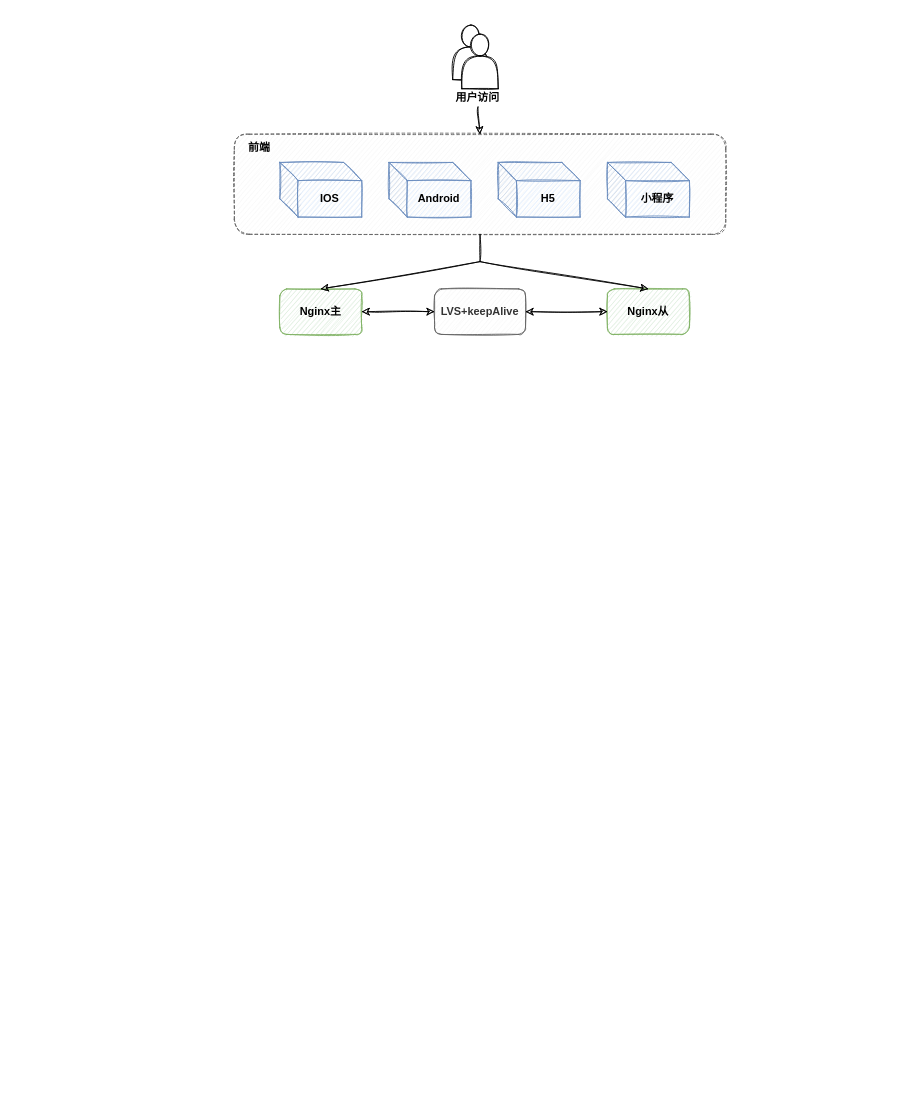
Above: Untitled Diagram.drawio in IAMPadA/study (draw.io), before the change. Source tidied: cells renumbered, new cells numbered last; positions are measured from the earlier drawing's top-left corner, leaving out a move shared by most shapes. Both pictures are drawn from the tidied source at 91%, with x=0, y=0 at pixel (234, 25).
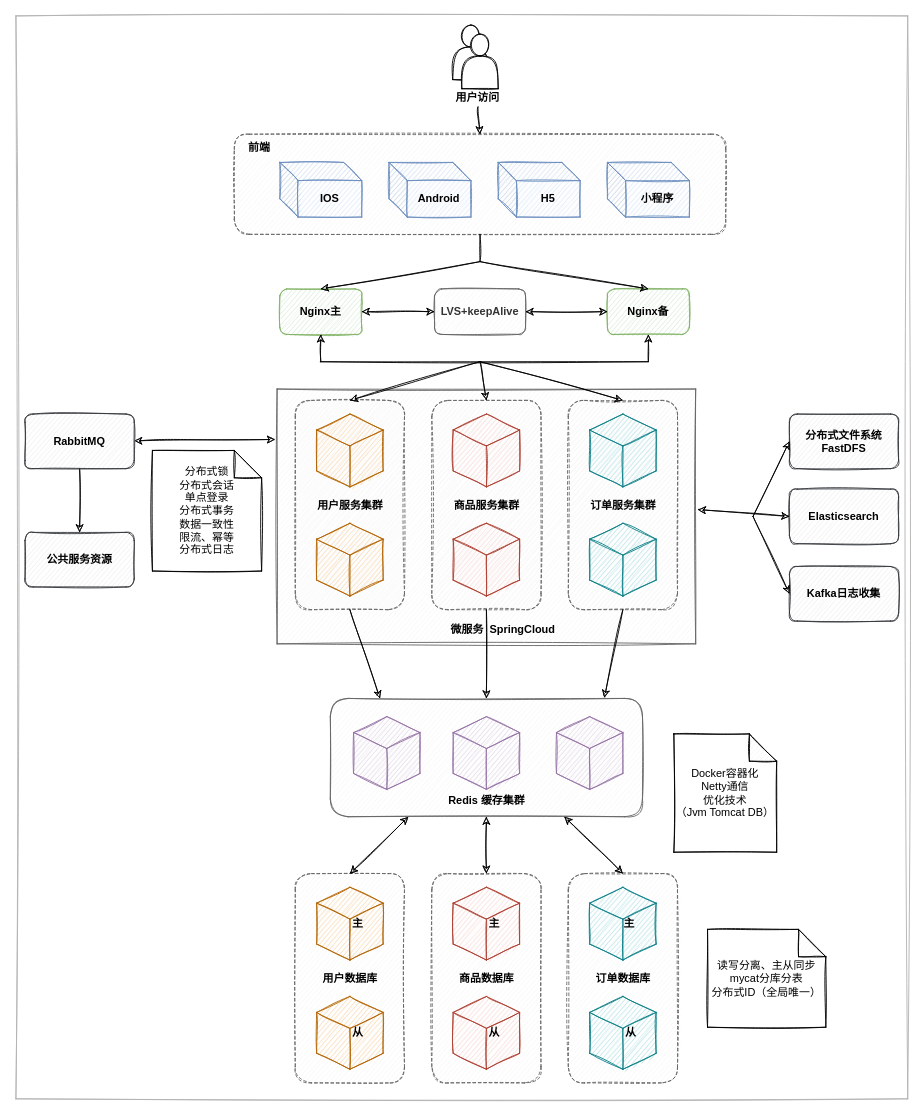
The same page after the edit.

The change refers to these unchanged cells:
```xml
<mxCell id="12" value="Nginx主" style="rounded=1;whiteSpace=wrap;html=1;sketch=1;fontStyle=1;fillColor=#d5e8d4;strokeColor=#82b366;" parent="1" vertex="1">
  <mxGeometry x="50" y="290" width="90" height="50" as="geometry" />
</mxCell>
```

The edit, as a diff of the source:
```diff
@@
+    <mxCell id="20" style="rounded=0;whiteSpace=wrap;html=1;shadow=0;sketch=1;strokeColor=#B3B3B3;" parent="1" vertex="1">
+      <mxGeometry x="-240" y="-10" width="980" height="1190" as="geometry" />
+    </mxCell>
+    <mxCell id="21" style="rounded=1;whiteSpace=wrap;html=1;shadow=0;sketch=1;fillColor=#f5f5f5;strokeColor=#666666;fontColor=#333333;" parent="1" vertex="1">
+      <mxGeometry x="105.5" y="740" width="343" height="130" as="geometry" />
+    </mxCell>
+    <mxCell id="22" style="rounded=0;whiteSpace=wrap;html=1;sketch=1;fillColor=#f5f5f5;strokeColor=#666666;fontColor=#333333;" parent="1" vertex="1">
+      <mxGeometry x="47" y="400" width="460" height="280" as="geometry" />
+    </mxCell>
+    <mxCell id="23" style="rounded=1;whiteSpace=wrap;html=1;sketch=1;dashed=1;fillColor=#f5f5f5;strokeColor=#666666;fontColor=#333333;" parent="1" vertex="1">
+      <mxGeometry x="67" y="412.5" width="120" height="230" as="geometry" />
+    </mxCell>
@@
-    <mxCell id="13" value="Nginx从" style="rounded=1;whiteSpace=wrap;html=1;sketch=1;fontStyle=1;fillColor=#d5e8d4;strokeColor=#82b366;" parent="1" vertex="1">
+    <mxCell id="13" value="Nginx备" style="rounded=1;whiteSpace=wrap;html=1;sketch=1;fontStyle=1;fillColor=#d5e8d4;strokeColor=#82b366;" parent="1" vertex="1">
       <mxGeometry x="410" y="290" width="90" height="50" as="geometry" />
     </mxCell>
@@
+    <mxCell id="24" style="html=1;whiteSpace=wrap;shape=isoCube2;backgroundOutline=1;isoAngle=15;rounded=1;sketch=1;fillColor=#fad7ac;strokeColor=#b46504;" parent="1" vertex="1">
+      <mxGeometry x="90.5" y="427.5" width="73" height="80" as="geometry" />
+    </mxCell>
+    <mxCell id="25" value="用户服务集群" style="text;html=1;align=center;verticalAlign=middle;fillColor=none;strokeColor=none;rounded=0;sketch=1;fontStyle=1;" parent="1" vertex="1">
+      <mxGeometry x="82" y="517.5" width="90" height="20" as="geometry" />
+    </mxCell>
+    <mxCell id="26" style="html=1;whiteSpace=wrap;shape=isoCube2;backgroundOutline=1;isoAngle=15;rounded=1;sketch=1;fillColor=#fad7ac;strokeColor=#b46504;" parent="1" vertex="1">
+      <mxGeometry x="90.5" y="547.5" width="73" height="80" as="geometry" />
+    </mxCell>
+    <mxCell id="27" style="rounded=1;whiteSpace=wrap;html=1;sketch=1;dashed=1;fillColor=#f5f5f5;strokeColor=#666666;fontColor=#333333;" parent="1" vertex="1">
+      <mxGeometry x="217" y="412.5" width="120" height="230" as="geometry" />
+    </mxCell>
+    <mxCell id="28" style="html=1;whiteSpace=wrap;shape=isoCube2;backgroundOutline=1;isoAngle=15;rounded=1;sketch=1;fillColor=#fad9d5;strokeColor=#ae4132;" parent="1" vertex="1">
+      <mxGeometry x="240.5" y="427.5" width="73" height="80" as="geometry" />
+    </mxCell>
+    <mxCell id="29" value="商品服务集群" style="text;html=1;align=center;verticalAlign=middle;fillColor=none;strokeColor=none;rounded=0;sketch=1;fontStyle=1;" parent="1" vertex="1">
+      <mxGeometry x="232" y="517.5" width="90" height="20" as="geometry" />
+    </mxCell>
+    <mxCell id="30" style="html=1;whiteSpace=wrap;shape=isoCube2;backgroundOutline=1;isoAngle=15;rounded=1;sketch=1;fillColor=#fad9d5;strokeColor=#ae4132;" parent="1" vertex="1">
+      <mxGeometry x="240.5" y="547.5" width="73" height="80" as="geometry" />
+    </mxCell>
+    <mxCell id="31" style="rounded=1;whiteSpace=wrap;html=1;sketch=1;dashed=1;fillColor=#f5f5f5;strokeColor=#666666;fontColor=#333333;" parent="1" vertex="1">
+      <mxGeometry x="367" y="412.5" width="120" height="230" as="geometry" />
+    </mxCell>
+    <mxCell id="32" style="html=1;whiteSpace=wrap;shape=isoCube2;backgroundOutline=1;isoAngle=15;rounded=1;sketch=1;fillColor=#b0e3e6;strokeColor=#0e8088;" parent="1" vertex="1">
+      <mxGeometry x="390.5" y="427.5" width="73" height="80" as="geometry" />
+    </mxCell>
+    <mxCell id="33" value="订单服务集群" style="text;html=1;align=center;verticalAlign=middle;fillColor=none;strokeColor=none;rounded=0;sketch=1;fontStyle=1;" parent="1" vertex="1">
+      <mxGeometry x="382" y="517.5" width="90" height="20" as="geometry" />
+    </mxCell>
+    <mxCell id="34" style="html=1;whiteSpace=wrap;shape=isoCube2;backgroundOutline=1;isoAngle=15;rounded=1;sketch=1;fillColor=#b0e3e6;strokeColor=#0e8088;" parent="1" vertex="1">
+      <mxGeometry x="390.5" y="547.5" width="73" height="80" as="geometry" />
+    </mxCell>
+    <mxCell id="35" style="endArrow=classic;html=1;entryX=0.5;entryY=1;entryDx=0;entryDy=0;sketch=1;" parent="1" edge="1" target="12">
+      <mxGeometry relative="1" as="geometry">
+        <mxPoint x="95" y="370" as="sourcePoint" />
+      </mxGeometry>
+    </mxCell>
+    <mxCell id="36" style="endArrow=classic;html=1;entryX=0.5;entryY=1;entryDx=0;entryDy=0;sketch=1;" parent="1" edge="1" target="13">
+      <mxGeometry relative="1" as="geometry">
+        <mxPoint x="455" y="370" as="sourcePoint" />
+      </mxGeometry>
+    </mxCell>
+    <mxCell id="37" style="endArrow=classic;html=1;entryX=0.5;entryY=0;entryDx=0;entryDy=0;sketch=1;" parent="1" edge="1" target="23">
+      <mxGeometry relative="1" as="geometry">
+        <mxPoint x="270" y="370" as="sourcePoint" />
+      </mxGeometry>
+    </mxCell>
+    <mxCell id="38" style="endArrow=classic;html=1;entryX=0.5;entryY=0;entryDx=0;entryDy=0;sketch=1;" parent="1" edge="1" target="27">
+      <mxGeometry relative="1" as="geometry">
+        <mxPoint x="270" y="370" as="sourcePoint" />
+      </mxGeometry>
+    </mxCell>
+    <mxCell id="39" style="endArrow=classic;html=1;entryX=0.5;entryY=0;entryDx=0;entryDy=0;sketch=1;" parent="1" edge="1" target="31">
+      <mxGeometry relative="1" as="geometry">
+        <mxPoint x="270" y="370" as="sourcePoint" />
+      </mxGeometry>
+    </mxCell>
+    <mxCell id="40" style="endArrow=none;html=1;sketch=1;" parent="1" edge="1">
+      <mxGeometry relative="1" as="geometry">
+        <mxPoint x="94.5" y="370" as="sourcePoint" />
+        <mxPoint x="454.5" y="370" as="targetPoint" />
+      </mxGeometry>
+    </mxCell>
+    <mxCell id="41" value="微服务&amp;nbsp; SpringCloud" style="text;html=1;align=center;verticalAlign=middle;fillColor=none;strokeColor=none;rounded=0;sketch=1;fontStyle=1;" parent="1" vertex="1">
+      <mxGeometry x="230" y="655" width="130" height="20" as="geometry" />
+    </mxCell>
+    <mxCell id="42" value="分布式文件系统FastDFS" style="rounded=1;whiteSpace=wrap;html=1;sketch=1;fontStyle=1;fillColor=#eeeeee;strokeColor=#36393d;" parent="1" vertex="1">
+      <mxGeometry x="610" y="427.5" width="120" height="60" as="geometry" />
+    </mxCell>
+    <mxCell id="43" value="Elasticsearch" style="rounded=1;whiteSpace=wrap;html=1;sketch=1;fontStyle=1;fillColor=#eeeeee;strokeColor=#36393d;" parent="1" vertex="1">
+      <mxGeometry x="610" y="510" width="120" height="60" as="geometry" />
+    </mxCell>
+    <mxCell id="44" value="Kafka日志收集" style="rounded=1;whiteSpace=wrap;html=1;sketch=1;fontStyle=1;fillColor=#eeeeee;strokeColor=#36393d;" parent="1" vertex="1">
+      <mxGeometry x="610" y="595" width="120" height="60" as="geometry" />
+    </mxCell>
+    <mxCell id="45" style="endArrow=classic;html=1;entryX=1.005;entryY=0.473;entryDx=0;entryDy=0;entryPerimeter=0;exitX=0;exitY=0.5;exitDx=0;exitDy=0;startArrow=classic;startFill=1;sketch=1;" parent="1" edge="1" source="43" target="22">
+      <mxGeometry relative="1" as="geometry" />
+    </mxCell>
+    <mxCell id="46" style="endArrow=classic;html=1;entryX=0;entryY=0.5;entryDx=0;entryDy=0;sketch=1;" parent="1" edge="1" target="42">
+      <mxGeometry relative="1" as="geometry">
+        <mxPoint x="570" y="540" as="sourcePoint" />
+      </mxGeometry>
+    </mxCell>
+    <mxCell id="47" style="endArrow=classic;html=1;entryX=0;entryY=0.5;entryDx=0;entryDy=0;sketch=1;" parent="1" edge="1" target="44">
+      <mxGeometry relative="1" as="geometry">
+        <mxPoint x="570" y="540" as="sourcePoint" />
+      </mxGeometry>
+    </mxCell>
+    <mxCell id="48" style="edgeStyle=none;rounded=0;sketch=1;jettySize=auto;html=1;startArrow=classic;startFill=1;entryX=-0.005;entryY=0.198;entryDx=0;entryDy=0;entryPerimeter=0;" parent="1" edge="1" source="50" target="22">
+      <mxGeometry relative="1" as="geometry" />
+    </mxCell>
+    <mxCell id="49" style="edgeStyle=none;rounded=0;sketch=1;jettySize=auto;html=1;startArrow=none;startFill=0;" parent="1" edge="1" source="50" target="51">
+      <mxGeometry relative="1" as="geometry" />
+    </mxCell>
+    <mxCell id="50" value="RabbitMQ" style="rounded=1;whiteSpace=wrap;html=1;sketch=1;fontStyle=1;fillColor=#eeeeee;strokeColor=#36393d;" parent="1" vertex="1">
+      <mxGeometry x="-230" y="427.5" width="120" height="60" as="geometry" />
+    </mxCell>
+    <mxCell id="51" value="公共服务资源" style="rounded=1;whiteSpace=wrap;html=1;sketch=1;fontStyle=1;fillColor=#eeeeee;strokeColor=#36393d;" parent="1" vertex="1">
+      <mxGeometry x="-230" y="557.5" width="120" height="60" as="geometry" />
+    </mxCell>
+    <mxCell id="52" value="分布式锁&lt;br&gt;分布式会话&lt;br&gt;单点登录&lt;br&gt;分布式事务&lt;br&gt;数据一致性&lt;br&gt;限流、幂等&lt;br&gt;分布式日志&lt;br&gt;" style="shape=note;whiteSpace=wrap;html=1;backgroundOutline=1;darkOpacity=0.05;rounded=1;sketch=1;shadow=0;" parent="1" vertex="1">
+      <mxGeometry x="-90" y="467.5" width="120" height="132.5" as="geometry" />
+    </mxCell>
+    <mxCell id="53" style="html=1;whiteSpace=wrap;shape=isoCube2;backgroundOutline=1;isoAngle=15;rounded=1;sketch=1;fillColor=#e1d5e7;strokeColor=#9673a6;" parent="1" vertex="1">
+      <mxGeometry x="131" y="760" width="73" height="80" as="geometry" />
+    </mxCell>
+    <mxCell id="54" style="html=1;whiteSpace=wrap;shape=isoCube2;backgroundOutline=1;isoAngle=15;rounded=1;sketch=1;fillColor=#e1d5e7;strokeColor=#9673a6;" parent="1" vertex="1">
+      <mxGeometry x="240.5" y="760" width="73" height="80" as="geometry" />
+    </mxCell>
+    <mxCell id="55" style="html=1;whiteSpace=wrap;shape=isoCube2;backgroundOutline=1;isoAngle=15;rounded=1;sketch=1;fillColor=#e1d5e7;strokeColor=#9673a6;" parent="1" vertex="1">
+      <mxGeometry x="354" y="760" width="73" height="80" as="geometry" />
+    </mxCell>
+    <mxCell id="56" value="Redis 缓存集群" style="text;html=1;align=center;verticalAlign=middle;fillColor=none;strokeColor=none;rounded=0;sketch=1;fontStyle=1;" parent="1" vertex="1">
+      <mxGeometry x="227" y="842" width="100" height="20" as="geometry" />
+    </mxCell>
+    <mxCell id="57" style="endArrow=classic;html=1;exitX=0.5;exitY=1;exitDx=0;exitDy=0;entryX=0.159;entryY=0;entryDx=0;entryDy=0;entryPerimeter=0;sketch=1;" parent="1" edge="1" source="23" target="21">
+      <mxGeometry relative="1" as="geometry" />
+    </mxCell>
+    <mxCell id="58" style="endArrow=classic;html=1;exitX=0.5;exitY=1;exitDx=0;exitDy=0;entryX=0.878;entryY=-0.005;entryDx=0;entryDy=0;entryPerimeter=0;sketch=1;" parent="1" edge="1" source="31" target="21">
+      <mxGeometry relative="1" as="geometry" />
+    </mxCell>
+    <mxCell id="59" style="endArrow=classic;html=1;exitX=0.5;exitY=1;exitDx=0;exitDy=0;entryX=0.5;entryY=0;entryDx=0;entryDy=0;sketch=1;" parent="1" edge="1" source="27" target="21">
+      <mxGeometry relative="1" as="geometry" />
+    </mxCell>
+    <mxCell id="60" value="Docker容器化&lt;br&gt;Netty通信&lt;br&gt;优化技术&lt;br&gt;（Jvm Tomcat DB）" style="shape=note;whiteSpace=wrap;html=1;backgroundOutline=1;darkOpacity=0.05;rounded=1;sketch=1;shadow=0;fontStyle=0;" parent="1" vertex="1">
+      <mxGeometry x="483" y="779" width="113" height="130" as="geometry" />
+    </mxCell>
+    <mxCell id="61" style="rounded=1;whiteSpace=wrap;html=1;sketch=1;dashed=1;fillColor=#f5f5f5;strokeColor=#666666;fontColor=#333333;" parent="1" vertex="1">
+      <mxGeometry x="67" y="932.5" width="120" height="230" as="geometry" />
+    </mxCell>
+    <mxCell id="62" value="&amp;nbsp; &amp;nbsp; &amp;nbsp;主" style="html=1;whiteSpace=wrap;shape=isoCube2;backgroundOutline=1;isoAngle=15;rounded=1;sketch=1;fillColor=#fad7ac;strokeColor=#b46504;fontStyle=1;" parent="1" vertex="1">
+      <mxGeometry x="90.5" y="947.5" width="73" height="80" as="geometry" />
+    </mxCell>
+    <mxCell id="63" value="用户数据库" style="text;html=1;align=center;verticalAlign=middle;fillColor=none;strokeColor=none;rounded=0;sketch=1;fontStyle=1;" parent="1" vertex="1">
+      <mxGeometry x="87" y="1037.5" width="80" height="20" as="geometry" />
+    </mxCell>
+    <mxCell id="64" value="&amp;nbsp; &amp;nbsp; &amp;nbsp;从" style="html=1;whiteSpace=wrap;shape=isoCube2;backgroundOutline=1;isoAngle=15;rounded=1;sketch=1;fillColor=#fad7ac;strokeColor=#b46504;fontStyle=1;" parent="1" vertex="1">
+      <mxGeometry x="90.5" y="1067.5" width="73" height="80" as="geometry" />
+    </mxCell>
+    <mxCell id="65" style="rounded=1;whiteSpace=wrap;html=1;sketch=1;dashed=1;fillColor=#f5f5f5;strokeColor=#666666;fontColor=#333333;" parent="1" vertex="1">
+      <mxGeometry x="217" y="932.5" width="120" height="230" as="geometry" />
+    </mxCell>
+    <mxCell id="66" value="&amp;nbsp; &amp;nbsp; &amp;nbsp;主" style="html=1;whiteSpace=wrap;shape=isoCube2;backgroundOutline=1;isoAngle=15;rounded=1;sketch=1;fillColor=#fad9d5;strokeColor=#ae4132;fontStyle=1;" parent="1" vertex="1">
+      <mxGeometry x="240.5" y="947.5" width="73" height="80" as="geometry" />
+    </mxCell>
+    <mxCell id="67" value="商品数据库" style="text;html=1;align=center;verticalAlign=middle;fillColor=none;strokeColor=none;rounded=0;sketch=1;fontStyle=1;" parent="1" vertex="1">
+      <mxGeometry x="237" y="1037.5" width="80" height="20" as="geometry" />
+    </mxCell>
+    <mxCell id="68" value="&amp;nbsp; &amp;nbsp; &amp;nbsp;从" style="html=1;whiteSpace=wrap;shape=isoCube2;backgroundOutline=1;isoAngle=15;rounded=1;sketch=1;fillColor=#fad9d5;strokeColor=#ae4132;fontStyle=1;" parent="1" vertex="1">
+      <mxGeometry x="240.5" y="1067.5" width="73" height="80" as="geometry" />
+    </mxCell>
+    <mxCell id="69" style="rounded=1;whiteSpace=wrap;html=1;sketch=1;dashed=1;fillColor=#f5f5f5;strokeColor=#666666;fontColor=#333333;" parent="1" vertex="1">
+      <mxGeometry x="367" y="932.5" width="120" height="230" as="geometry" />
+    </mxCell>
+    <mxCell id="70" value="&amp;nbsp; &amp;nbsp; 主" style="html=1;whiteSpace=wrap;shape=isoCube2;backgroundOutline=1;isoAngle=15;rounded=1;sketch=1;fillColor=#b0e3e6;strokeColor=#0e8088;fontStyle=1;" parent="1" vertex="1">
+      <mxGeometry x="390.5" y="947.5" width="73" height="80" as="geometry" />
+    </mxCell>
+    <mxCell id="71" value="订单数据库" style="text;html=1;align=center;verticalAlign=middle;fillColor=none;strokeColor=none;rounded=0;sketch=1;fontStyle=1;" parent="1" vertex="1">
+      <mxGeometry x="387" y="1037.5" width="80" height="20" as="geometry" />
+    </mxCell>
+    <mxCell id="72" value="&amp;nbsp; &amp;nbsp; &amp;nbsp;从" style="html=1;whiteSpace=wrap;shape=isoCube2;backgroundOutline=1;isoAngle=15;rounded=1;sketch=1;fillColor=#b0e3e6;strokeColor=#0e8088;fontStyle=1;" parent="1" vertex="1">
+      <mxGeometry x="390.5" y="1067.5" width="73" height="80" as="geometry" />
+    </mxCell>
+    <mxCell id="73" value="读写分离、主从同步&lt;br&gt;mycat分库分表&lt;br&gt;分布式ID（全局唯一）" style="shape=note;whiteSpace=wrap;html=1;backgroundOutline=1;darkOpacity=0.05;rounded=1;sketch=1;shadow=0;" parent="1" vertex="1">
+      <mxGeometry x="520" y="993.8" width="130" height="107.5" as="geometry" />
+    </mxCell>
+    <mxCell id="74" style="endArrow=classic;startArrow=classic;html=1;entryX=0.25;entryY=1;entryDx=0;entryDy=0;exitX=0.5;exitY=0;exitDx=0;exitDy=0;sketch=1;" parent="1" edge="1" source="61" target="21">
+      <mxGeometry relative="1" as="geometry" />
+    </mxCell>
+    <mxCell id="75" style="endArrow=classic;startArrow=classic;html=1;exitX=0.5;exitY=0;exitDx=0;exitDy=0;entryX=0.5;entryY=1;entryDx=0;entryDy=0;sketch=1;" parent="1" edge="1" source="65" target="21">
+      <mxGeometry relative="1" as="geometry" />
+    </mxCell>
+    <mxCell id="76" style="endArrow=classic;startArrow=classic;html=1;exitX=0.5;exitY=0;exitDx=0;exitDy=0;entryX=0.75;entryY=1;entryDx=0;entryDy=0;sketch=1;" parent="1" edge="1" source="69" target="21">
+      <mxGeometry relative="1" as="geometry" />
+    </mxCell>
```
